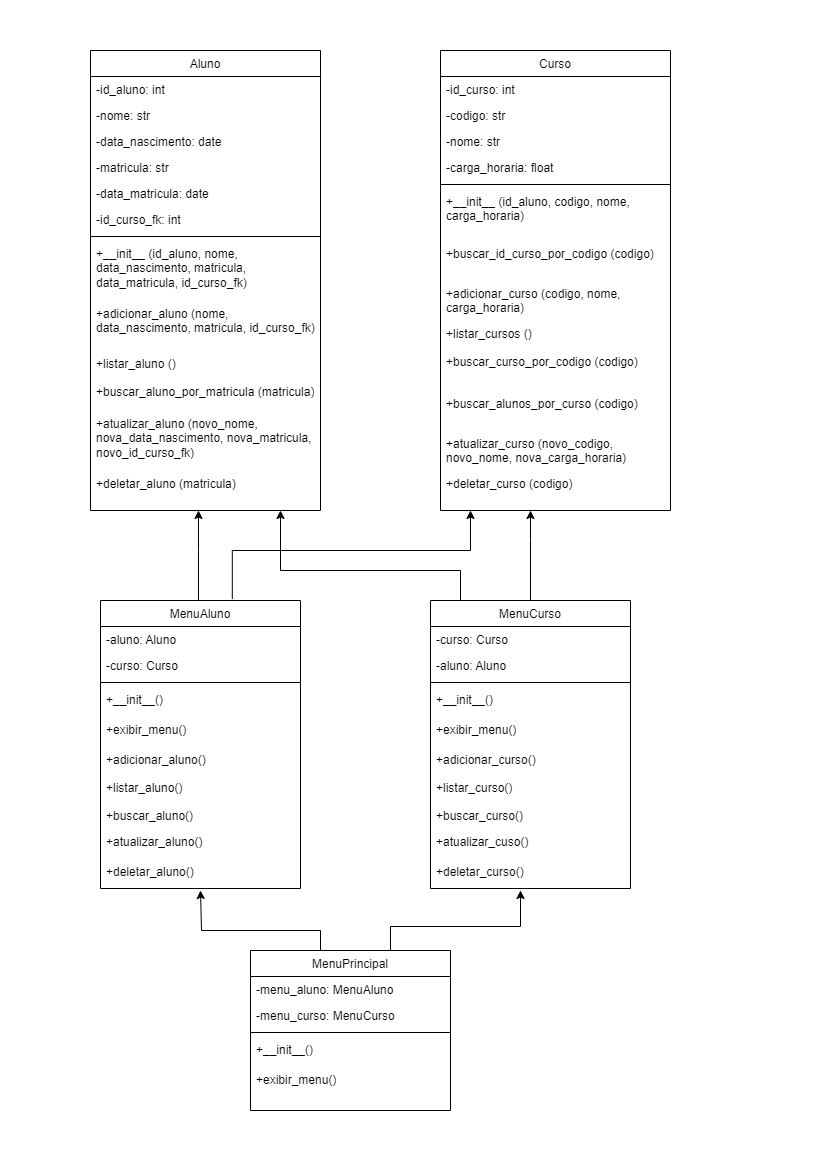
Above: diagrama_de_classe/sistema_academico.drawio.png in FrancisLauriano/sistema_academico (draw.io), before the change. Source tidied: cells renumbered, new cells last; positions are measured from the earlier drawing's top-left corner, leaving out a move shared by most shapes. The source it was exported from:
```xml
<mxGraphModel>
  <root>
    <mxCell id="0" />
    <mxCell id="1" parent="0" />
    <mxCell id="2" value="Curso" style="swimlane;fontStyle=0;align=center;verticalAlign=top;horizontal=1;startSize=26;rounded=0;shadow=0;strokeWidth=1;" parent="1" vertex="1">
      <mxGeometry x="350" width="230" height="460" as="geometry" />
    </mxCell>
    <mxCell id="3" value="-id_curso: int" style="text;align=left;verticalAlign=top;spacingLeft=4;spacingRight=4;overflow=hidden;" parent="2" vertex="1">
      <mxGeometry y="26" width="230" height="26" as="geometry" />
    </mxCell>
    <mxCell id="4" value="-codigo: str" style="text;align=left;verticalAlign=top;spacingLeft=4;spacingRight=4;overflow=hidden;rounded=0;shadow=0;html=0;" parent="2" vertex="1">
      <mxGeometry y="52" width="230" height="26" as="geometry" />
    </mxCell>
    <mxCell id="5" value="-nome: str" style="text;align=left;verticalAlign=top;spacingLeft=4;spacingRight=4;overflow=hidden;rounded=0;shadow=0;html=0;" parent="2" vertex="1">
      <mxGeometry y="78" width="230" height="26" as="geometry" />
    </mxCell>
    <mxCell id="6" value="-carga_horaria: float" style="text;align=left;verticalAlign=top;spacingLeft=4;spacingRight=4;overflow=hidden;rounded=0;shadow=0;html=0;" parent="2" vertex="1">
      <mxGeometry y="104" width="230" height="26" as="geometry" />
    </mxCell>
    <mxCell id="7" style="line;html=1;strokeWidth=1;align=left;verticalAlign=middle;spacingTop=-1;spacingLeft=3;spacingRight=3;labelPosition=right;" parent="2" vertex="1">
      <mxGeometry y="130" width="230" height="8" as="geometry" />
    </mxCell>
    <mxCell id="8" value="+__init__ (id_aluno, codigo, nome, carga_horaria)" style="text;align=left;verticalAlign=top;spacingLeft=4;spacingRight=4;overflow=hidden;whiteSpace=wrap;" parent="2" vertex="1">
      <mxGeometry y="138" width="230" height="52" as="geometry" />
    </mxCell>
    <mxCell id="9" value="+buscar_id_curso_por_codigo (codigo)" style="text;align=left;verticalAlign=top;spacingLeft=4;spacingRight=4;overflow=hidden;whiteSpace=wrap;" parent="2" vertex="1">
      <mxGeometry y="190" width="230" height="40" as="geometry" />
    </mxCell>
    <mxCell id="10" value="+adicionar_curso (codigo, nome, carga_horaria)" style="text;align=left;verticalAlign=top;spacingLeft=4;spacingRight=4;overflow=hidden;whiteSpace=wrap;" parent="2" vertex="1">
      <mxGeometry y="230" width="230" height="40" as="geometry" />
    </mxCell>
    <mxCell id="11" value="+listar_cursos ()" style="text;align=left;verticalAlign=top;spacingLeft=4;spacingRight=4;overflow=hidden;" parent="2" vertex="1">
      <mxGeometry y="270" width="230" height="28" as="geometry" />
    </mxCell>
    <mxCell id="12" value="+buscar_curso_por_codigo (codigo)" style="text;align=left;verticalAlign=top;spacingLeft=4;spacingRight=4;overflow=hidden;whiteSpace=wrap;" parent="2" vertex="1">
      <mxGeometry y="298" width="230" height="42" as="geometry" />
    </mxCell>
    <mxCell id="13" value="+buscar_alunos_por_curso (codigo)" style="text;align=left;verticalAlign=top;spacingLeft=4;spacingRight=4;overflow=hidden;whiteSpace=wrap;" parent="2" vertex="1">
      <mxGeometry y="340" width="230" height="40" as="geometry" />
    </mxCell>
    <mxCell id="14" value="+atualizar_curso (novo_codigo, novo_nome, nova_carga_horaria)" style="text;align=left;verticalAlign=top;spacingLeft=4;spacingRight=4;overflow=hidden;whiteSpace=wrap;" parent="2" vertex="1">
      <mxGeometry y="380" width="230" height="40" as="geometry" />
    </mxCell>
    <mxCell id="15" value="+deletar_curso (codigo)" style="text;align=left;verticalAlign=top;spacingLeft=4;spacingRight=4;overflow=hidden;" parent="2" vertex="1">
      <mxGeometry y="420" width="230" height="30" as="geometry" />
    </mxCell>
    <mxCell id="16" value="Aluno" style="swimlane;fontStyle=0;align=center;verticalAlign=top;horizontal=1;startSize=26;rounded=0;shadow=0;strokeWidth=1;" parent="1" vertex="1">
      <mxGeometry width="230" height="460" as="geometry" />
    </mxCell>
    <mxCell id="17" value="-id_aluno: int" style="text;align=left;verticalAlign=top;spacingLeft=4;spacingRight=4;overflow=hidden;" parent="16" vertex="1">
      <mxGeometry y="26" width="230" height="26" as="geometry" />
    </mxCell>
    <mxCell id="18" value="-nome: str" style="text;align=left;verticalAlign=top;spacingLeft=4;spacingRight=4;overflow=hidden;rounded=0;shadow=0;html=0;" parent="16" vertex="1">
      <mxGeometry y="52" width="230" height="26" as="geometry" />
    </mxCell>
    <mxCell id="19" value="-data_nascimento: date" style="text;align=left;verticalAlign=top;spacingLeft=4;spacingRight=4;overflow=hidden;rounded=0;shadow=0;html=0;" parent="16" vertex="1">
      <mxGeometry y="78" width="230" height="26" as="geometry" />
    </mxCell>
    <mxCell id="20" value="-matricula: str" style="text;align=left;verticalAlign=top;spacingLeft=4;spacingRight=4;overflow=hidden;rounded=0;shadow=0;html=0;" parent="16" vertex="1">
      <mxGeometry y="104" width="230" height="26" as="geometry" />
    </mxCell>
    <mxCell id="21" value="-data_matricula: date" style="text;align=left;verticalAlign=top;spacingLeft=4;spacingRight=4;overflow=hidden;rounded=0;shadow=0;html=0;" parent="16" vertex="1">
      <mxGeometry y="130" width="230" height="26" as="geometry" />
    </mxCell>
    <mxCell id="22" value="-id_curso_fk: int" style="text;align=left;verticalAlign=top;spacingLeft=4;spacingRight=4;overflow=hidden;rounded=0;shadow=0;html=0;" parent="16" vertex="1">
      <mxGeometry y="156" width="230" height="26" as="geometry" />
    </mxCell>
    <mxCell id="23" style="line;html=1;strokeWidth=1;align=left;verticalAlign=middle;spacingTop=-1;spacingLeft=3;spacingRight=3;labelPosition=right;" parent="16" vertex="1">
      <mxGeometry y="182" width="230" height="8" as="geometry" />
    </mxCell>
    <mxCell id="24" value="+__init__ (id_aluno, nome, data_nascimento, matricula, data_matricula, id_curso_fk)" style="text;align=left;verticalAlign=top;spacingLeft=4;spacingRight=4;overflow=hidden;whiteSpace=wrap;" parent="16" vertex="1">
      <mxGeometry y="190" width="230" height="60" as="geometry" />
    </mxCell>
    <mxCell id="25" value="+adicionar_aluno (nome, data_nascimento, matricula, id_curso_fk)" style="text;align=left;verticalAlign=top;spacingLeft=4;spacingRight=4;overflow=hidden;whiteSpace=wrap;" parent="16" vertex="1">
      <mxGeometry y="250" width="230" height="50" as="geometry" />
    </mxCell>
    <mxCell id="26" value="+listar_aluno ()" style="text;align=left;verticalAlign=top;spacingLeft=4;spacingRight=4;overflow=hidden;" parent="16" vertex="1">
      <mxGeometry y="300" width="230" height="28" as="geometry" />
    </mxCell>
    <mxCell id="27" value="+buscar_aluno_por_matricula (matricula)" style="text;align=left;verticalAlign=top;spacingLeft=4;spacingRight=4;overflow=hidden;whiteSpace=wrap;" parent="16" vertex="1">
      <mxGeometry y="328" width="230" height="32" as="geometry" />
    </mxCell>
    <mxCell id="28" value="+atualizar_aluno (novo_nome, nova_data_nascimento, nova_matricula,  novo_id_curso_fk)" style="text;align=left;verticalAlign=top;spacingLeft=4;spacingRight=4;overflow=hidden;whiteSpace=wrap;" parent="16" vertex="1">
      <mxGeometry y="360" width="230" height="60" as="geometry" />
    </mxCell>
    <mxCell id="29" value="+deletar_aluno (matricula)" style="text;align=left;verticalAlign=top;spacingLeft=4;spacingRight=4;overflow=hidden;" parent="16" vertex="1">
      <mxGeometry y="420" width="230" height="30" as="geometry" />
    </mxCell>
    <mxCell id="30" style="edgeStyle=orthogonalEdgeStyle;rounded=0;orthogonalLoop=1;jettySize=auto;html=1;" parent="1" edge="1">
      <mxGeometry relative="1" as="geometry">
        <mxPoint x="112.5" y="550" as="sourcePoint" />
        <mxPoint x="108" y="460" as="targetPoint" />
        <Array as="points">
          <mxPoint x="108" y="550" />
          <mxPoint x="108" y="500" />
        </Array>
      </mxGeometry>
    </mxCell>
    <mxCell id="31" style="edgeStyle=orthogonalEdgeStyle;rounded=0;jettySize=auto;html=1;exitX=0.659;exitY=-0.006;exitDx=0;exitDy=0;exitPerimeter=0;" parent="1" edge="1" source="32">
      <mxGeometry relative="1" as="geometry">
        <mxPoint x="380" y="460" as="targetPoint" />
        <Array as="points">
          <mxPoint x="142" y="500" />
          <mxPoint x="380" y="500" />
        </Array>
      </mxGeometry>
    </mxCell>
    <mxCell id="32" value="MenuAluno" style="swimlane;fontStyle=0;align=center;verticalAlign=top;horizontal=1;startSize=26;rounded=0;shadow=0;strokeWidth=1;" parent="1" vertex="1">
      <mxGeometry x="10" y="550" width="200" height="288" as="geometry" />
    </mxCell>
    <mxCell id="33" value="-aluno: Aluno" style="text;align=left;verticalAlign=top;spacingLeft=4;spacingRight=4;overflow=hidden;" parent="32" vertex="1">
      <mxGeometry y="26" width="200" height="26" as="geometry" />
    </mxCell>
    <mxCell id="34" value="-curso: Curso" style="text;align=left;verticalAlign=top;spacingLeft=4;spacingRight=4;overflow=hidden;" parent="32" vertex="1">
      <mxGeometry y="52" width="200" height="26" as="geometry" />
    </mxCell>
    <mxCell id="35" style="line;html=1;strokeWidth=1;align=left;verticalAlign=middle;spacingTop=-1;spacingLeft=3;spacingRight=3;labelPosition=right;" parent="32" vertex="1">
      <mxGeometry y="78" width="200" height="8" as="geometry" />
    </mxCell>
    <mxCell id="36" value="+__init__()" style="text;align=left;verticalAlign=top;spacingLeft=4;spacingRight=4;overflow=hidden;whiteSpace=wrap;" parent="32" vertex="1">
      <mxGeometry y="86" width="200" height="30" as="geometry" />
    </mxCell>
    <mxCell id="37" value="+exibir_menu()" style="text;align=left;verticalAlign=top;spacingLeft=4;spacingRight=4;overflow=hidden;whiteSpace=wrap;" parent="32" vertex="1">
      <mxGeometry y="116" width="200" height="30" as="geometry" />
    </mxCell>
    <mxCell id="38" value="+adicionar_aluno()" style="text;align=left;verticalAlign=top;spacingLeft=4;spacingRight=4;overflow=hidden;" parent="32" vertex="1">
      <mxGeometry y="146" width="200" height="28" as="geometry" />
    </mxCell>
    <mxCell id="39" value="+listar_aluno()" style="text;align=left;verticalAlign=top;spacingLeft=4;spacingRight=4;overflow=hidden;" parent="32" vertex="1">
      <mxGeometry y="174" width="200" height="28" as="geometry" />
    </mxCell>
    <mxCell id="40" value="+buscar_aluno()" style="text;align=left;verticalAlign=top;spacingLeft=4;spacingRight=4;overflow=hidden;" parent="32" vertex="1">
      <mxGeometry y="202" width="200" height="26" as="geometry" />
    </mxCell>
    <mxCell id="41" value="+atualizar_aluno()" style="text;align=left;verticalAlign=top;spacingLeft=4;spacingRight=4;overflow=hidden;" parent="32" vertex="1">
      <mxGeometry y="228" width="200" height="30" as="geometry" />
    </mxCell>
    <mxCell id="42" value="+deletar_aluno()" style="text;align=left;verticalAlign=top;spacingLeft=4;spacingRight=4;overflow=hidden;" parent="32" vertex="1">
      <mxGeometry y="258" width="200" height="30" as="geometry" />
    </mxCell>
    <mxCell id="43" style="edgeStyle=orthogonalEdgeStyle;rounded=0;jettySize=auto;html=1;" parent="1" edge="1" source="45">
      <mxGeometry relative="1" as="geometry">
        <mxPoint x="440" y="460" as="targetPoint" />
        <Array as="points">
          <mxPoint x="440" y="490" />
          <mxPoint x="440" y="490" />
        </Array>
      </mxGeometry>
    </mxCell>
    <mxCell id="44" style="edgeStyle=orthogonalEdgeStyle;rounded=0;jettySize=auto;html=1;exitX=0.15;exitY=0.017;exitDx=0;exitDy=0;exitPerimeter=0;" parent="1" edge="1" source="45">
      <mxGeometry relative="1" as="geometry">
        <mxPoint x="190" y="460" as="targetPoint" />
        <Array as="points">
          <mxPoint x="370" y="520" />
          <mxPoint x="190" y="520" />
        </Array>
      </mxGeometry>
    </mxCell>
    <mxCell id="45" value="MenuCurso" style="swimlane;fontStyle=0;align=center;verticalAlign=top;horizontal=1;startSize=26;rounded=0;shadow=0;strokeWidth=1;" parent="1" vertex="1">
      <mxGeometry x="340" y="550" width="200" height="288" as="geometry" />
    </mxCell>
    <mxCell id="46" value="-curso: Curso" style="text;align=left;verticalAlign=top;spacingLeft=4;spacingRight=4;overflow=hidden;" parent="45" vertex="1">
      <mxGeometry y="26" width="200" height="26" as="geometry" />
    </mxCell>
    <mxCell id="47" value="-aluno: Aluno" style="text;align=left;verticalAlign=top;spacingLeft=4;spacingRight=4;overflow=hidden;" parent="45" vertex="1">
      <mxGeometry y="52" width="200" height="26" as="geometry" />
    </mxCell>
    <mxCell id="48" style="line;html=1;strokeWidth=1;align=left;verticalAlign=middle;spacingTop=-1;spacingLeft=3;spacingRight=3;labelPosition=right;" parent="45" vertex="1">
      <mxGeometry y="78" width="200" height="8" as="geometry" />
    </mxCell>
    <mxCell id="49" value="+__init__()" style="text;align=left;verticalAlign=top;spacingLeft=4;spacingRight=4;overflow=hidden;whiteSpace=wrap;" parent="45" vertex="1">
      <mxGeometry y="86" width="200" height="30" as="geometry" />
    </mxCell>
    <mxCell id="50" value="+exibir_menu()" style="text;align=left;verticalAlign=top;spacingLeft=4;spacingRight=4;overflow=hidden;whiteSpace=wrap;" parent="45" vertex="1">
      <mxGeometry y="116" width="200" height="30" as="geometry" />
    </mxCell>
    <mxCell id="51" value="+adicionar_curso()" style="text;align=left;verticalAlign=top;spacingLeft=4;spacingRight=4;overflow=hidden;" parent="45" vertex="1">
      <mxGeometry y="146" width="200" height="28" as="geometry" />
    </mxCell>
    <mxCell id="52" value="+listar_curso()" style="text;align=left;verticalAlign=top;spacingLeft=4;spacingRight=4;overflow=hidden;" parent="45" vertex="1">
      <mxGeometry y="174" width="200" height="28" as="geometry" />
    </mxCell>
    <mxCell id="53" value="+buscar_curso()" style="text;align=left;verticalAlign=top;spacingLeft=4;spacingRight=4;overflow=hidden;" parent="45" vertex="1">
      <mxGeometry y="202" width="200" height="26" as="geometry" />
    </mxCell>
    <mxCell id="54" value="+atualizar_cuso()" style="text;align=left;verticalAlign=top;spacingLeft=4;spacingRight=4;overflow=hidden;" parent="45" vertex="1">
      <mxGeometry y="228" width="200" height="30" as="geometry" />
    </mxCell>
    <mxCell id="55" value="+deletar_curso()" style="text;align=left;verticalAlign=top;spacingLeft=4;spacingRight=4;overflow=hidden;" parent="45" vertex="1">
      <mxGeometry y="258" width="200" height="30" as="geometry" />
    </mxCell>
    <mxCell id="56" style="edgeStyle=orthogonalEdgeStyle;rounded=0;jettySize=auto;html=1;" parent="1" edge="1" source="58">
      <mxGeometry relative="1" as="geometry">
        <mxPoint x="430" y="840" as="targetPoint" />
        <Array as="points">
          <mxPoint x="300" y="876" />
          <mxPoint x="430" y="876" />
        </Array>
      </mxGeometry>
    </mxCell>
    <mxCell id="57" style="edgeStyle=orthogonalEdgeStyle;rounded=0;jettySize=auto;html=1;" parent="1" edge="1" source="58">
      <mxGeometry relative="1" as="geometry">
        <mxPoint x="110" y="840" as="targetPoint" />
        <Array as="points">
          <mxPoint x="230" y="880" />
          <mxPoint x="111" y="880" />
        </Array>
      </mxGeometry>
    </mxCell>
    <mxCell id="58" value="MenuPrincipal" style="swimlane;fontStyle=0;align=center;verticalAlign=top;horizontal=1;startSize=26;rounded=0;shadow=0;strokeWidth=1;" parent="1" vertex="1">
      <mxGeometry x="160" y="900" width="200" height="160" as="geometry" />
    </mxCell>
    <mxCell id="59" value="-menu_aluno: MenuAluno" style="text;align=left;verticalAlign=top;spacingLeft=4;spacingRight=4;overflow=hidden;" parent="58" vertex="1">
      <mxGeometry y="26" width="200" height="26" as="geometry" />
    </mxCell>
    <mxCell id="60" value="-menu_curso: MenuCurso" style="text;align=left;verticalAlign=top;spacingLeft=4;spacingRight=4;overflow=hidden;" parent="58" vertex="1">
      <mxGeometry y="52" width="200" height="26" as="geometry" />
    </mxCell>
    <mxCell id="61" style="line;html=1;strokeWidth=1;align=left;verticalAlign=middle;spacingTop=-1;spacingLeft=3;spacingRight=3;labelPosition=right;" parent="58" vertex="1">
      <mxGeometry y="78" width="200" height="8" as="geometry" />
    </mxCell>
    <mxCell id="62" value="+__init__()" style="text;align=left;verticalAlign=top;spacingLeft=4;spacingRight=4;overflow=hidden;whiteSpace=wrap;" parent="58" vertex="1">
      <mxGeometry y="86" width="200" height="30" as="geometry" />
    </mxCell>
    <mxCell id="63" value="+exibir_menu()" style="text;align=left;verticalAlign=top;spacingLeft=4;spacingRight=4;overflow=hidden;whiteSpace=wrap;" parent="58" vertex="1">
      <mxGeometry y="116" width="200" height="30" as="geometry" />
    </mxCell>
  </root>
</mxGraphModel>
```
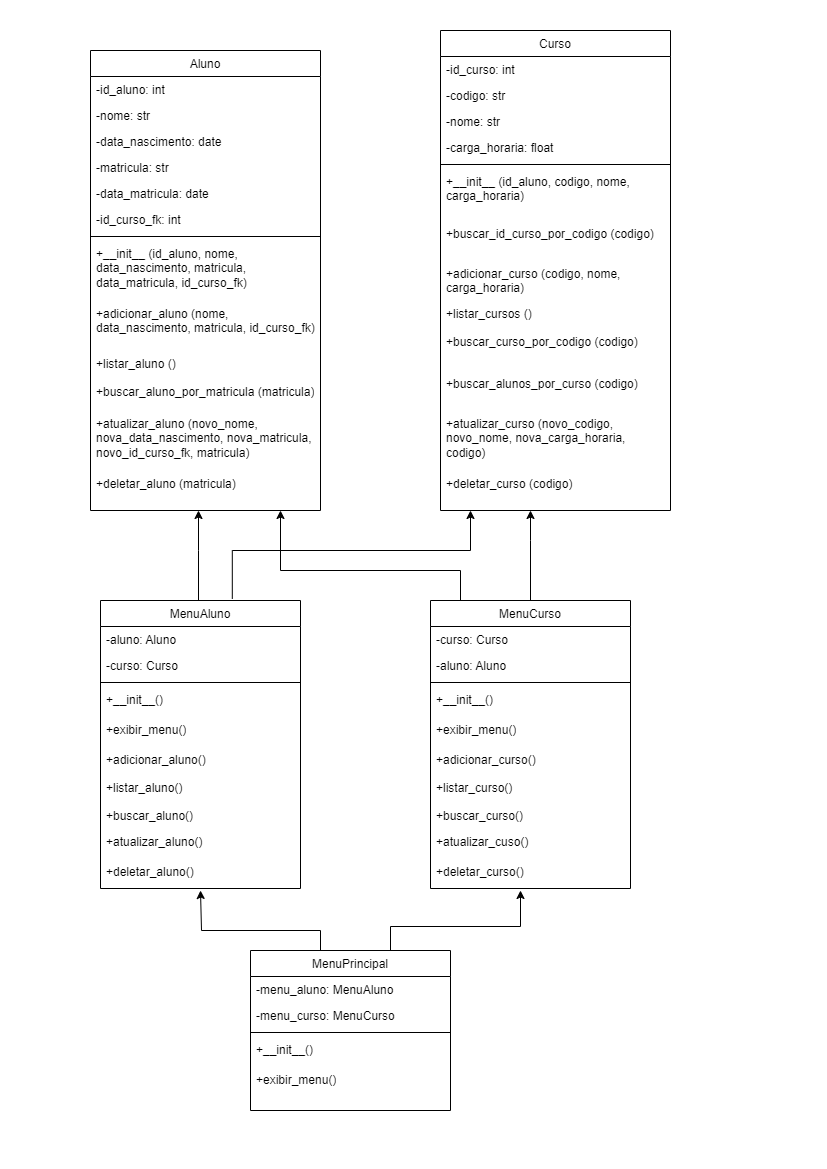
After the change.

Diff of the diagram source:
```diff
@@ -3,7 +3,7 @@
     <mxCell id="0" />
     <mxCell id="1" parent="0" />
     <mxCell id="2" value="Curso" style="swimlane;fontStyle=0;align=center;verticalAlign=top;horizontal=1;startSize=26;rounded=0;shadow=0;strokeWidth=1;" parent="1" vertex="1">
-      <mxGeometry x="350" width="230" height="460" as="geometry" />
+      <mxGeometry x="350" y="-20" width="230" height="480" as="geometry" />
     </mxCell>
     <mxCell id="3" value="-id_curso: int" style="text;align=left;verticalAlign=top;spacingLeft=4;spacingRight=4;overflow=hidden;" parent="2" vertex="1">
       <mxGeometry y="26" width="230" height="26" as="geometry" />
@@ -38,11 +38,11 @@
     <mxCell id="13" value="+buscar_alunos_por_curso (codigo)" style="text;align=left;verticalAlign=top;spacingLeft=4;spacingRight=4;overflow=hidden;whiteSpace=wrap;" parent="2" vertex="1">
       <mxGeometry y="340" width="230" height="40" as="geometry" />
     </mxCell>
-    <mxCell id="14" value="+atualizar_curso (novo_codigo, novo_nome, nova_carga_horaria)" style="text;align=left;verticalAlign=top;spacingLeft=4;spacingRight=4;overflow=hidden;whiteSpace=wrap;" parent="2" vertex="1">
-      <mxGeometry y="380" width="230" height="40" as="geometry" />
+    <mxCell id="14" value="+atualizar_curso (novo_codigo, novo_nome, nova_carga_horaria, codigo)" style="text;align=left;verticalAlign=top;spacingLeft=4;spacingRight=4;overflow=hidden;whiteSpace=wrap;" parent="2" vertex="1">
+      <mxGeometry y="380" width="230" height="60" as="geometry" />
     </mxCell>
     <mxCell id="15" value="+deletar_curso (codigo)" style="text;align=left;verticalAlign=top;spacingLeft=4;spacingRight=4;overflow=hidden;" parent="2" vertex="1">
-      <mxGeometry y="420" width="230" height="30" as="geometry" />
+      <mxGeometry y="440" width="230" height="30" as="geometry" />
     </mxCell>
     <mxCell id="16" value="Aluno" style="swimlane;fontStyle=0;align=center;verticalAlign=top;horizontal=1;startSize=26;rounded=0;shadow=0;strokeWidth=1;" parent="1" vertex="1">
       <mxGeometry width="230" height="460" as="geometry" />
@@ -80,7 +80,7 @@
     <mxCell id="27" value="+buscar_aluno_por_matricula (matricula)" style="text;align=left;verticalAlign=top;spacingLeft=4;spacingRight=4;overflow=hidden;whiteSpace=wrap;" parent="16" vertex="1">
       <mxGeometry y="328" width="230" height="32" as="geometry" />
     </mxCell>
-    <mxCell id="28" value="+atualizar_aluno (novo_nome, nova_data_nascimento, nova_matricula,  novo_id_curso_fk)" style="text;align=left;verticalAlign=top;spacingLeft=4;spacingRight=4;overflow=hidden;whiteSpace=wrap;" parent="16" vertex="1">
+    <mxCell id="28" value="+atualizar_aluno (novo_nome, nova_data_nascimento, nova_matricula,  novo_id_curso_fk, matricula)" style="text;align=left;verticalAlign=top;spacingLeft=4;spacingRight=4;overflow=hidden;whiteSpace=wrap;" parent="16" vertex="1">
       <mxGeometry y="360" width="230" height="60" as="geometry" />
     </mxCell>
     <mxCell id="29" value="+deletar_aluno (matricula)" style="text;align=left;verticalAlign=top;spacingLeft=4;spacingRight=4;overflow=hidden;" parent="16" vertex="1">
```
